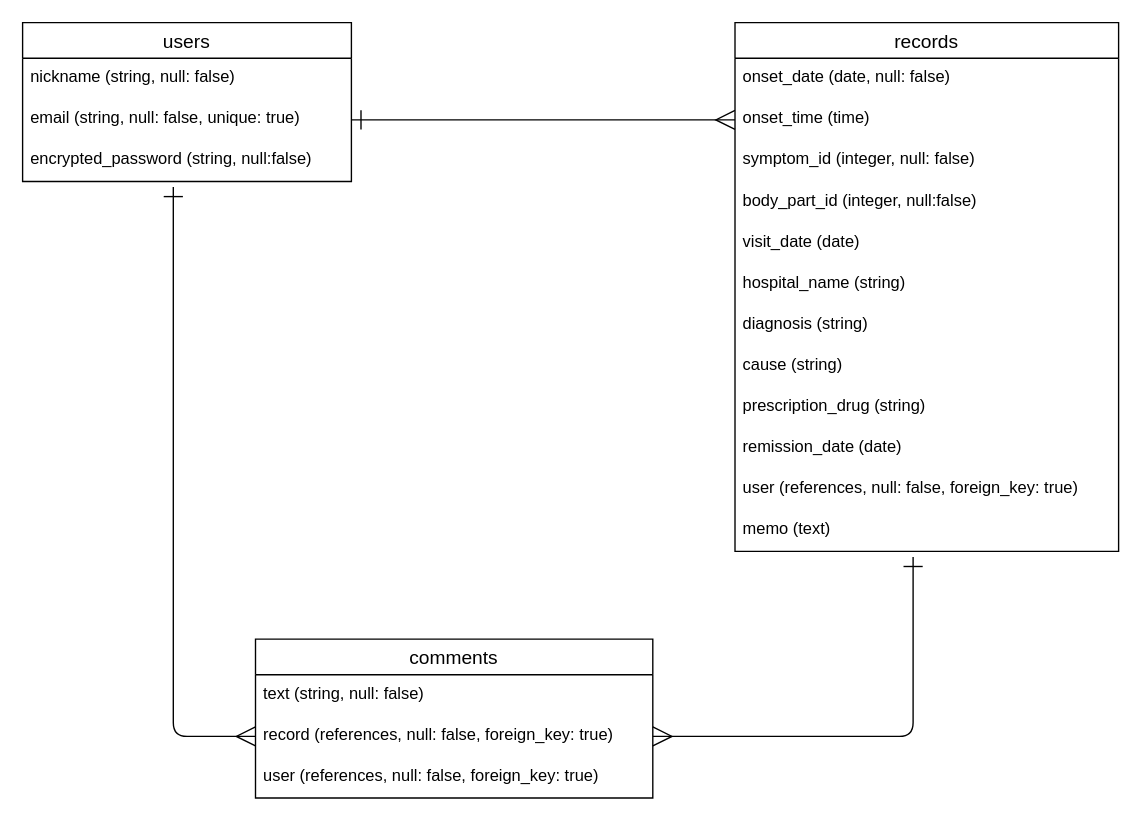
Above: erd.dio in aya-mex/hifunote-2 (draw.io), before the change. Source tidied: cells renumbered, new cells numbered last; positions are measured from the earlier drawing's top-left corner, leaving out a move shared by most shapes. Both pictures are drawn from the tidied source at 137%, with x=0, y=0 at pixel (22, 22).
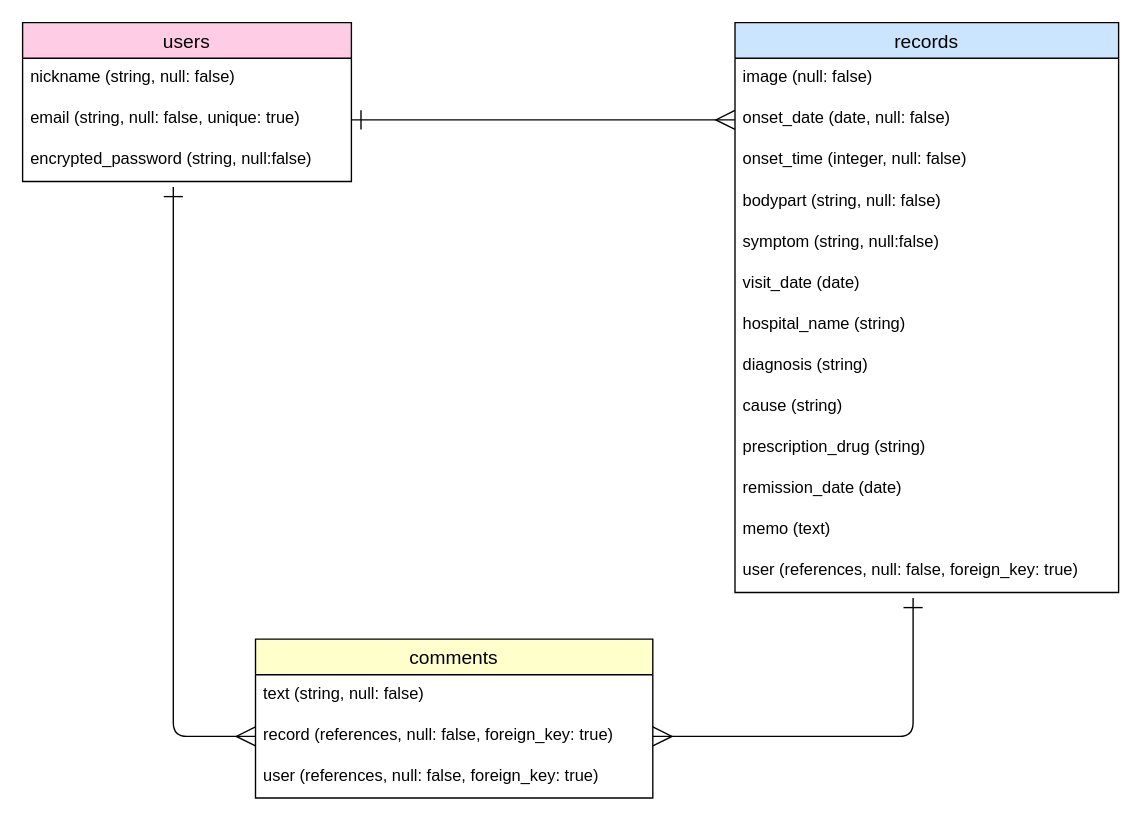
The same page after the edit.

Unchanged cells that the change refers to:
```xml
<mxCell id="4" value="email (string, null: false, unique: true)" style="text;strokeColor=none;fillColor=none;spacingLeft=4;spacingRight=4;overflow=hidden;points=[[0,0.5],[1,0.5]];portConstraint=eastwest;fontSize=12;" parent="2" vertex="1">
  <mxGeometry y="56" width="240" height="30" as="geometry" />
</mxCell>
<mxCell id="21" value="record (references, null: false, foreign_key: true)" style="text;strokeColor=none;fillColor=none;spacingLeft=4;spacingRight=4;overflow=hidden;points=[[0,0.5],[1,0.5]];portConstraint=eastwest;fontSize=12;" parent="19" vertex="1">
  <mxGeometry y="56" width="290" height="30" as="geometry" />
</mxCell>
```

The edit, as a diff of the source:
```diff
@@
-<mxGraphModel>
+<mxGraphModel background="#ffffff">
@@
-    <mxCell id="2" value="users" style="swimlane;fontStyle=0;horizontal=1;startSize=26;align=center;fontSize=14;" parent="1" vertex="1">
+    <mxCell id="2" value="users" style="swimlane;fontStyle=0;horizontal=1;startSize=26;align=center;fontSize=14;fillColor=#FFCCE6;fontColor=#000000;" parent="1" vertex="1">
       <mxGeometry width="240" height="116" as="geometry" />
     </mxCell>
@@
-    <mxCell id="6" value="records" style="swimlane;fontStyle=0;horizontal=1;startSize=26;align=center;fontSize=14;" parent="1" vertex="1">
-      <mxGeometry x="520" width="280" height="386" as="geometry" />
+    <mxCell id="6" value="records" style="swimlane;fontStyle=0;horizontal=1;startSize=26;align=center;fontSize=14;fillColor=#CCE5FF;fontColor=#000000;" parent="1" vertex="1">
+      <mxGeometry x="520" width="280" height="416" as="geometry" />
     </mxCell>
+    <mxCell id="26" value="image (null: false)" style="text;strokeColor=none;fillColor=none;spacingLeft=4;spacingRight=4;overflow=hidden;fontSize=12;" parent="6" vertex="1">
+      <mxGeometry y="26" width="280" height="30" as="geometry" />
+    </mxCell>
     <mxCell id="7" value="onset_date (date, null: false)" style="text;strokeColor=none;fillColor=none;spacingLeft=4;spacingRight=4;overflow=hidden;points=[[0,0.5],[1,0.5]];portConstraint=eastwest;fontSize=12;" parent="6" vertex="1">
-      <mxGeometry y="26" width="280" height="30" as="geometry" />
+      <mxGeometry y="56" width="280" height="30" as="geometry" />
     </mxCell>
-    <mxCell id="8" value="onset_time (time)" style="text;strokeColor=none;fillColor=none;spacingLeft=4;spacingRight=4;overflow=hidden;points=[[0,0.5],[1,0.5]];portConstraint=eastwest;fontSize=12;" parent="6" vertex="1">
-      <mxGeometry y="56" width="280" height="30" as="geometry" />
+    <mxCell id="8" value="onset_time (integer, null: false)" style="text;strokeColor=none;fillColor=none;spacingLeft=4;spacingRight=4;overflow=hidden;points=[[0,0.5],[1,0.5]];portConstraint=eastwest;fontSize=12;" parent="6" vertex="1">
+      <mxGeometry y="86" width="280" height="30" as="geometry" />
     </mxCell>
-    <mxCell id="9" value="symptom_id (integer, null: false)" style="text;strokeColor=none;fillColor=none;spacingLeft=4;spacingRight=4;overflow=hidden;fontSize=12;" parent="6" vertex="1">
-      <mxGeometry y="86" width="280" height="30" as="geometry" />
+    <mxCell id="9" value="bodypart (string, null: false)" style="text;strokeColor=none;fillColor=none;spacingLeft=4;spacingRight=4;overflow=hidden;fontSize=12;" parent="6" vertex="1">
+      <mxGeometry y="116" width="280" height="30" as="geometry" />
     </mxCell>
-    <mxCell id="10" value="body_part_id (integer, null:false)" style="text;strokeColor=none;fillColor=none;spacingLeft=4;spacingRight=4;overflow=hidden;fontSize=12;" parent="6" vertex="1">
-      <mxGeometry y="116" width="280" height="30" as="geometry" />
+    <mxCell id="10" value="symptom (string, null:false)" style="text;strokeColor=none;fillColor=none;spacingLeft=4;spacingRight=4;overflow=hidden;fontSize=12;" parent="6" vertex="1">
+      <mxGeometry y="146" width="280" height="30" as="geometry" />
     </mxCell>
     <mxCell id="11" value="visit_date (date)" style="text;strokeColor=none;fillColor=none;spacingLeft=4;spacingRight=4;overflow=hidden;fontSize=12;" parent="6" vertex="1">
-      <mxGeometry y="146" width="280" height="30" as="geometry" />
+      <mxGeometry y="176" width="280" height="30" as="geometry" />
     </mxCell>
     <mxCell id="12" value="hospital_name (string)" style="text;strokeColor=none;fillColor=none;spacingLeft=4;spacingRight=4;overflow=hidden;fontSize=12;" parent="6" vertex="1">
-      <mxGeometry y="176" width="280" height="30" as="geometry" />
+      <mxGeometry y="206" width="280" height="30" as="geometry" />
     </mxCell>
     <mxCell id="13" value="diagnosis (string)" style="text;strokeColor=none;fillColor=none;spacingLeft=4;spacingRight=4;overflow=hidden;fontSize=12;" parent="6" vertex="1">
-      <mxGeometry y="206" width="280" height="30" as="geometry" />
+      <mxGeometry y="236" width="280" height="30" as="geometry" />
     </mxCell>
     <mxCell id="14" value="cause (string)" style="text;strokeColor=none;fillColor=none;spacingLeft=4;spacingRight=4;overflow=hidden;fontSize=12;" parent="6" vertex="1">
-      <mxGeometry y="236" width="280" height="30" as="geometry" />
+      <mxGeometry y="266" width="280" height="30" as="geometry" />
     </mxCell>
     <mxCell id="15" value="prescription_drug (string)" style="text;strokeColor=none;fillColor=none;spacingLeft=4;spacingRight=4;overflow=hidden;fontSize=12;" parent="6" vertex="1">
-      <mxGeometry y="266" width="280" height="30" as="geometry" />
+      <mxGeometry y="296" width="280" height="30" as="geometry" />
     </mxCell>
     <mxCell id="16" value="remission_date (date)" style="text;strokeColor=none;fillColor=none;spacingLeft=4;spacingRight=4;overflow=hidden;fontSize=12;" parent="6" vertex="1">
-      <mxGeometry y="296" width="280" height="30" as="geometry" />
+      <mxGeometry y="326" width="280" height="30" as="geometry" />
     </mxCell>
+    <mxCell id="18" value="memo (text)" style="text;strokeColor=none;fillColor=none;spacingLeft=4;spacingRight=4;overflow=hidden;fontSize=12;" parent="6" vertex="1">
+      <mxGeometry y="356" width="280" height="30" as="geometry" />
+    </mxCell>
     <mxCell id="17" value="user (references, null: false, foreign_key: true)" style="text;strokeColor=none;fillColor=none;spacingLeft=4;spacingRight=4;overflow=hidden;fontSize=12;" parent="6" vertex="1">
-      <mxGeometry y="326" width="280" height="30" as="geometry" />
+      <mxGeometry y="386" width="280" height="30" as="geometry" />
     </mxCell>
-    <mxCell id="18" value="memo (text)" style="text;strokeColor=none;fillColor=none;spacingLeft=4;spacingRight=4;overflow=hidden;fontSize=12;" parent="6" vertex="1">
-      <mxGeometry y="356" width="280" height="30" as="geometry" />
-    </mxCell>
-    <mxCell id="19" value="comments" style="swimlane;fontStyle=0;horizontal=1;startSize=26;align=center;fontSize=14;" parent="1" vertex="1">
+    <mxCell id="19" value="comments" style="swimlane;fontStyle=0;horizontal=1;startSize=26;align=center;fontSize=14;fillColor=#FFFFCC;fontColor=#000000;" parent="1" vertex="1">
       <mxGeometry x="170" y="450" width="290" height="116" as="geometry" />
     </mxCell>
@@
-    <mxCell id="23" style="edgeStyle=none;html=1;entryX=0;entryY=0.5;entryDx=0;entryDy=0;startArrow=ERone;startFill=0;endArrow=ERmany;endFill=0;endSize=12;startSize=12;" parent="1" edge="1" source="4" target="8">
+    <mxCell id="23" style="edgeStyle=none;html=1;entryX=0;entryY=0.5;entryDx=0;entryDy=0;startArrow=ERone;startFill=0;endArrow=ERmany;endFill=0;endSize=12;startSize=12;" parent="1" edge="1" source="4" target="7">
       <mxGeometry relative="1" as="geometry" />
     </mxCell>
     <mxCell id="24" style="edgeStyle=none;html=1;entryX=1;entryY=0.5;entryDx=0;entryDy=0;startArrow=ERone;startFill=0;endArrow=ERmany;endFill=0;startSize=12;endSize=12;strokeWidth=1;" parent="1" edge="1" target="21">
       <mxGeometry relative="1" as="geometry">
-        <mxPoint x="650" y="390" as="sourcePoint" />
+        <mxPoint x="650" y="420" as="sourcePoint" />
         <Array as="points">
           <mxPoint x="650" y="521" />
         </Array>
       </mxGeometry>
     </mxCell>
```
